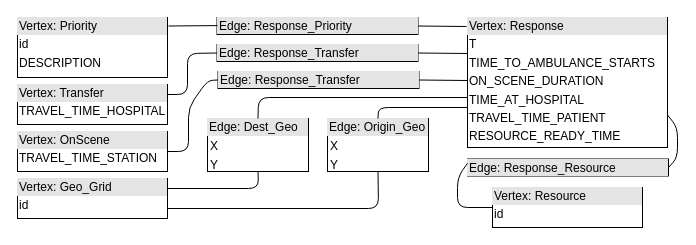
DavidBakerEffendi/providentia keeps this draw.io diagram as providentia-docs/report/drawio/simTiger.drawio. Above is the earlier version. Source tidied: cells renumbered, new cells numbered last; positions are measured from the earlier drawing's top-left corner, leaving out a move shared by most shapes. Both pictures are drawn from the tidied source at 100%, with x=0, y=0 at pixel (17, 17).
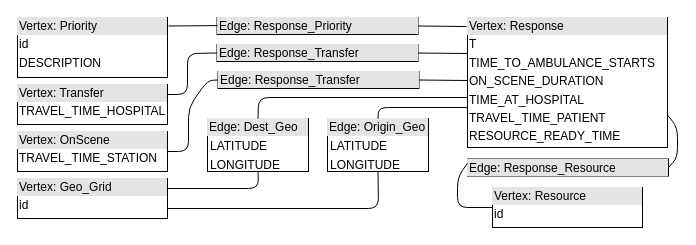
The same diagram, later.

Change to the diagram source:
```diff
@@
-    <mxCell id="15" value="&lt;div style=&quot;box-sizing: border-box ; width: 100% ; background: #e4e4e4 ; padding: 2px&quot;&gt;Edge: Origin_Geo&lt;/div&gt;&lt;table&gt;&lt;tbody&gt;&lt;tr&gt;&lt;td&gt;X&lt;/td&gt;&lt;/tr&gt;&lt;tr&gt;&lt;td&gt;Y&lt;/td&gt;&lt;/tr&gt;&lt;/tbody&gt;&lt;/table&gt;&lt;table style=&quot;width: 100% ; font-size: 1em&quot; cellpadding=&quot;2&quot; cellspacing=&quot;0&quot;&gt;&lt;tbody&gt;&lt;/tbody&gt;&lt;/table&gt;" style="verticalAlign=top;align=left;overflow=fill;html=1;" parent="1" vertex="1">
+    <mxCell id="15" value="&lt;div style=&quot;box-sizing: border-box ; width: 100% ; background: #e4e4e4 ; padding: 2px&quot;&gt;Edge: Origin_Geo&lt;/div&gt;&lt;table&gt;&lt;tbody&gt;&lt;tr&gt;&lt;td&gt;LATITUDE&lt;/td&gt;&lt;/tr&gt;&lt;tr&gt;&lt;td&gt;LONGITUDE&lt;/td&gt;&lt;/tr&gt;&lt;/tbody&gt;&lt;/table&gt;&lt;table style=&quot;width: 100% ; font-size: 1em&quot; cellpadding=&quot;2&quot; cellspacing=&quot;0&quot;&gt;&lt;tbody&gt;&lt;/tbody&gt;&lt;/table&gt;" style="verticalAlign=top;align=left;overflow=fill;html=1;" parent="1" vertex="1">
       <mxGeometry x="310" y="101" width="101" height="53" as="geometry" />
     </mxCell>
-    <mxCell id="16" value="&lt;div style=&quot;box-sizing: border-box ; width: 100% ; background: #e4e4e4 ; padding: 2px&quot;&gt;Edge: Dest_Geo&lt;/div&gt;&lt;table&gt;&lt;tbody&gt;&lt;tr&gt;&lt;td&gt;X&lt;/td&gt;&lt;/tr&gt;&lt;tr&gt;&lt;td&gt;Y&lt;/td&gt;&lt;/tr&gt;&lt;/tbody&gt;&lt;/table&gt;&lt;table style=&quot;width: 100% ; font-size: 1em&quot; cellpadding=&quot;2&quot; cellspacing=&quot;0&quot;&gt;&lt;tbody&gt;&lt;/tbody&gt;&lt;/table&gt;" style="verticalAlign=top;align=left;overflow=fill;html=1;" parent="1" vertex="1">
+    <mxCell id="16" value="&lt;div style=&quot;box-sizing: border-box ; width: 100% ; background: #e4e4e4 ; padding: 2px&quot;&gt;Edge: Dest_Geo&lt;/div&gt;&lt;table&gt;&lt;tbody&gt;&lt;tr&gt;&lt;td&gt;LATITUDE&lt;/td&gt;&lt;/tr&gt;&lt;tr&gt;&lt;td&gt;LONGITUDE&lt;/td&gt;&lt;/tr&gt;&lt;/tbody&gt;&lt;/table&gt;&lt;table style=&quot;width: 100% ; font-size: 1em&quot; cellpadding=&quot;2&quot; cellspacing=&quot;0&quot;&gt;&lt;tbody&gt;&lt;/tbody&gt;&lt;/table&gt;" style="verticalAlign=top;align=left;overflow=fill;html=1;" parent="1" vertex="1">
       <mxGeometry x="190" y="101" width="101" height="53" as="geometry" />
     </mxCell>
```
